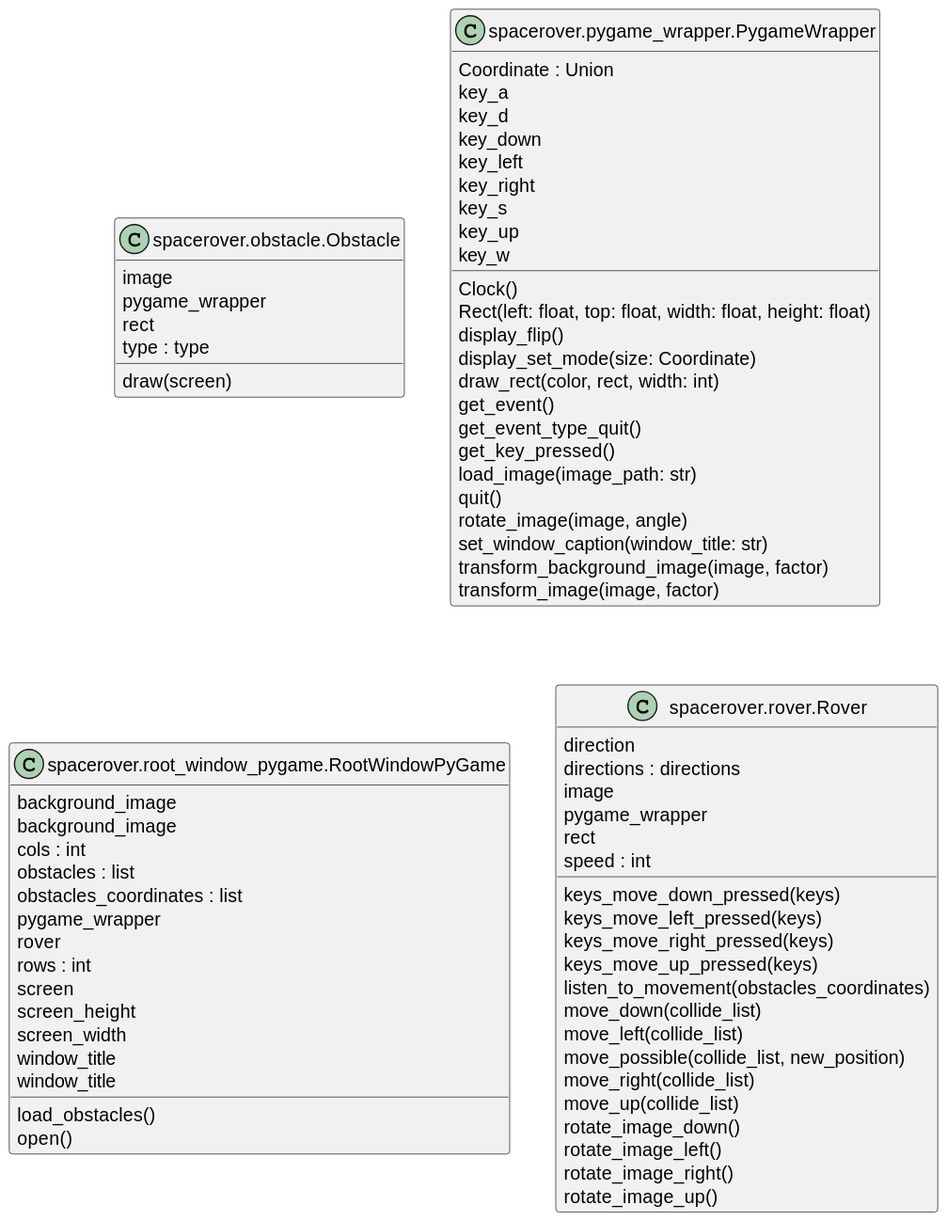
Before: docs/images/classes.svg, a diagram exported from PlantUML (teko-L-TIN-22-Di-a/rover). Source of this version:
```plantuml
@startuml classes
set namespaceSeparator none
class "spacerover.obstacle.Obstacle" as spacerover.obstacle.Obstacle {
  image
  pygame_wrapper
  rect
  type : type
  draw(screen)
}
class "spacerover.pygame_wrapper.PygameWrapper" as spacerover.pygame_wrapper.PygameWrapper {
  Coordinate : Union
  key_a
  key_d
  key_down
  key_left
  key_right
  key_s
  key_up
  key_w
  Clock()
  Rect(left: float, top: float, width: float, height: float)
  display_flip()
  display_set_mode(size: Coordinate)
  draw_rect(color, rect, width: int)
  get_event()
  get_event_type_quit()
  get_key_pressed()
  load_image(image_path: str)
  quit()
  rotate_image(image, angle)
  set_window_caption(window_title: str)
  transform_background_image(image, factor)
  transform_image(image, factor)
}
class "spacerover.root_window_pygame.RootWindowPyGame" as spacerover.root_window_pygame.RootWindowPyGame {
  background_image
  background_image
  cols : int
  obstacles : list
  obstacles_coordinates : list
  pygame_wrapper
  rover
  rows : int
  screen
  screen_height
  screen_width
  window_title
  window_title
  load_obstacles()
  open()
}
class "spacerover.rover.Rover" as spacerover.rover.Rover {
  direction
  directions : directions
  image
  pygame_wrapper
  rect
  speed : int
  keys_move_down_pressed(keys)
  keys_move_left_pressed(keys)
  keys_move_right_pressed(keys)
  keys_move_up_pressed(keys)
  listen_to_movement(obstacles_coordinates)
  move_down(collide_list)
  move_left(collide_list)
  move_possible(collide_list, new_position)
  move_right(collide_list)
  move_up(collide_list)
  rotate_image_down()
  rotate_image_left()
  rotate_image_right()
  rotate_image_up()
}
@enduml
```
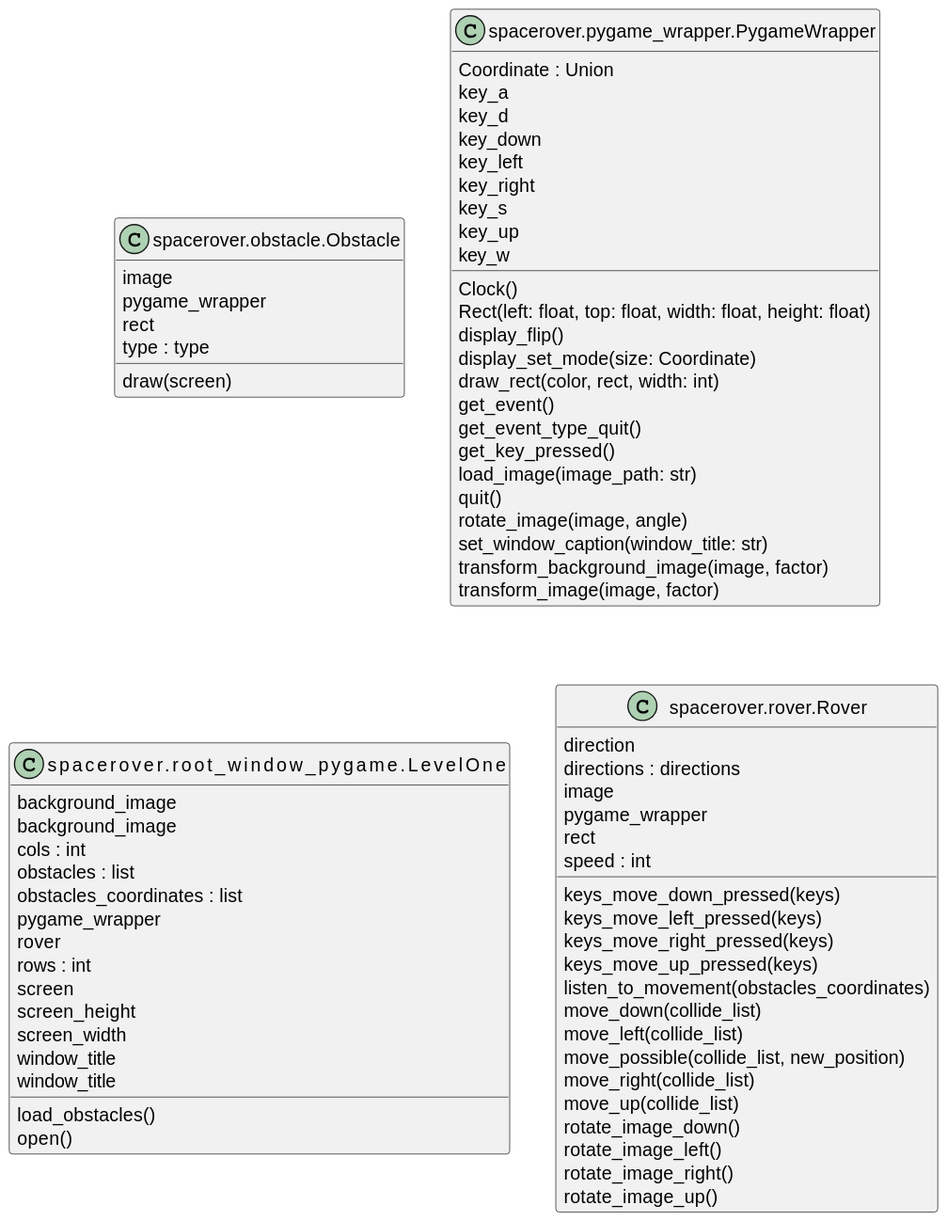
After the change.

What changed in the source:
```diff
@@ -32,7 +32,7 @@
   transform_background_image(image, factor)
   transform_image(image, factor)
 }
-class "spacerover.root_window_pygame.RootWindowPyGame" as spacerover.root_window_pygame.RootWindowPyGame {
+class "spacerover.root_window_pygame.LevelOne" as spacerover.root_window_pygame.LevelOne {
   background_image
   background_image
   cols : int
```
